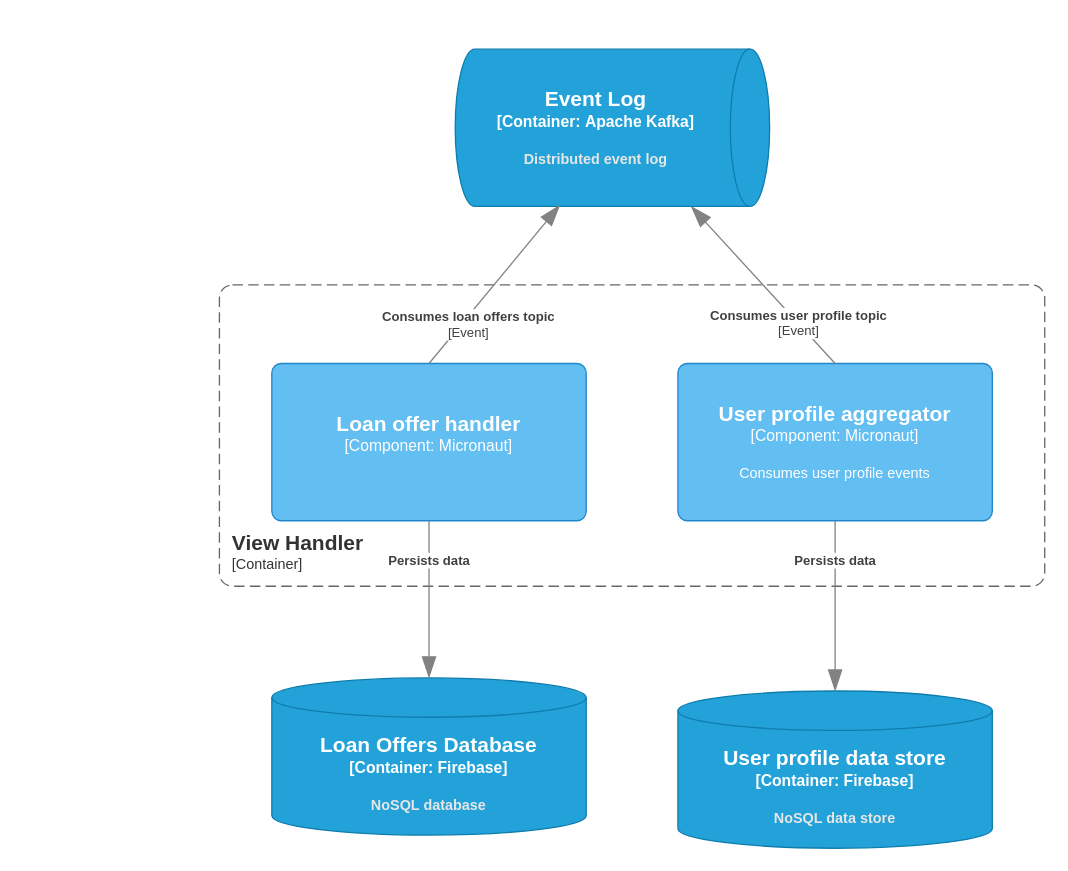
Above: page "View Handler" (5 of 7) of Bankuish C4.drawio in tomasmaroscikas/78ce3649b82c17ac6cf292412ebbdc11 (draw.io), before the change. Source tidied: cells renumbered, new cells numbered last; positions are measured from the earlier drawing's top-left corner, leaving out a move shared by most shapes. Both pictures are drawn from the tidied source at 131%, with x=0, y=0 at pixel (219, 48).
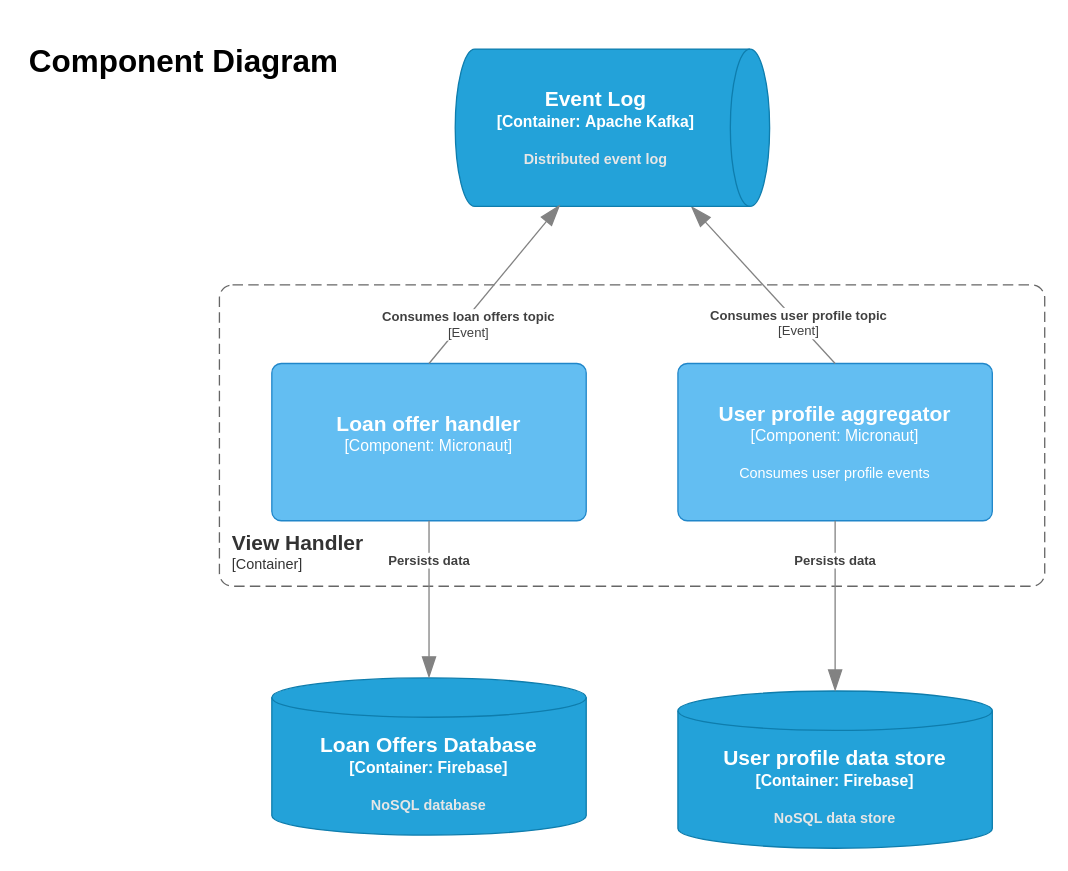
The same page after the edit.

Change to the diagram source:
```diff
@@
 <mxGraphModel>
   <root>
     <mxCell id="0" />
     <mxCell id="1" parent="0" />
     <object id="2" label="&lt;font style=&quot;font-size: 16px&quot;&gt;&lt;b&gt;&lt;div style=&quot;text-align: left&quot;&gt;%c4Name%&lt;/div&gt;&lt;/b&gt;&lt;/font&gt;&lt;div style=&quot;text-align: left&quot;&gt;[%c4Application%]&lt;/div&gt;" c4Application="Container" c4Name="View Handler" placeholders="1">
       <mxCell style="rounded=1;fontSize=11;whiteSpace=wrap;html=1;dashed=1;arcSize=20;fillColor=none;strokeColor=#666666;fontColor=#333333;labelBackgroundColor=none;align=left;verticalAlign=bottom;labelBorderColor=none;spacingTop=0;spacing=10;dashPattern=8 4;perimeter=rectanglePerimeter;noLabel=0;labelPadding=0;absoluteArcSize=1;" parent="1" vertex="1">
         <mxGeometry y="180" width="630" height="230" as="geometry" />
       </mxCell>
     </object>
     <object id="3" label="&lt;font style=&quot;font-size: 16px&quot;&gt;&lt;b&gt;%c4Name%&lt;/b&gt;&lt;/font&gt;&lt;div&gt;[%c4Type%: %c4Technology%]&lt;/div&gt;&lt;br&gt;&lt;div&gt;&lt;font style=&quot;font-size: 11px&quot;&gt;%c4Description%&lt;/font&gt;&lt;/div&gt;" c4Description="" c4Name="Loan offer handler" c4Technology="Micronaut" c4Type="Component" placeholders="1">
       <mxCell style="rounded=1;whiteSpace=wrap;html=1;labelBackgroundColor=none;fillColor=#63BEF2;fontColor=#ffffff;align=center;arcSize=6;strokeColor=#2086C9;points=[[0.25,0,0],[0.5,0,0],[0.75,0,0],[1,0.25,0],[1,0.5,0],[1,0.75,0],[0.75,1,0],[0.5,1,0],[0.25,1,0],[0,0.75,0],[0,0.5,0],[0,0.25,0]];" parent="1" vertex="1">
         <mxGeometry x="40" y="240" width="240" height="120" as="geometry" />
       </mxCell>
     </object>
     <object id="4" label="&lt;font style=&quot;font-size: 16px&quot;&gt;&lt;b&gt;%c4Name%&lt;/b&gt;&lt;/font&gt;&lt;div&gt;[%c4Type%: %c4Technology%]&lt;/div&gt;&lt;br&gt;&lt;div&gt;&lt;font style=&quot;font-size: 11px&quot;&gt;%c4Description%&lt;/font&gt;&lt;/div&gt;" c4Description="Consumes user profile events" c4Name="User profile aggregator" c4Technology="Micronaut" c4Type="Component" placeholders="1">
       <mxCell style="rounded=1;whiteSpace=wrap;html=1;labelBackgroundColor=none;fillColor=#63BEF2;fontColor=#ffffff;align=center;arcSize=6;strokeColor=#2086C9;points=[[0.25,0,0],[0.5,0,0],[0.75,0,0],[1,0.25,0],[1,0.5,0],[1,0.75,0],[0.75,1,0],[0.5,1,0],[0.25,1,0],[0,0.75,0],[0,0.5,0],[0,0.25,0]];" parent="1" vertex="1">
         <mxGeometry x="350" y="240" width="240" height="120" as="geometry" />
       </mxCell>
     </object>
     <object id="5" label="&lt;font style=&quot;font-size: 16px&quot;&gt;&lt;b&gt;%c4Type%&lt;/font&gt;&lt;div&gt;[%c4Container%:&amp;nbsp;%c4Technology%]&lt;/div&gt;&lt;br&gt;&lt;div&gt;&lt;font style=&quot;font-size: 11px&quot;&gt;&lt;font color=&quot;#E6E6E6&quot;&gt;%c4Description%&lt;/font&gt;&lt;/div&gt;" c4Container="Container" c4Description="NoSQL data store" c4Technology="Firebase" c4Type="User profile data store" placeholders="1">
       <mxCell style="shape=cylinder3;size=15;whiteSpace=wrap;html=1;boundedLbl=1;rounded=0;labelBackgroundColor=none;fillColor=#23A2D9;fontSize=12;fontColor=#ffffff;align=center;strokeColor=#0E7DAD;points=[[0.5,0,0],[1,0.25,0],[1,0.5,0],[1,0.75,0],[0.5,1,0],[0,0.75,0],[0,0.5,0],[0,0.25,0]];" parent="1" vertex="1">
         <mxGeometry x="350" y="490" width="240" height="120" as="geometry" />
       </mxCell>
     </object>
     <object id="6" label="&lt;font style=&quot;font-size: 16px&quot;&gt;&lt;b&gt;%c4Type%&lt;/font&gt;&lt;div&gt;[%c4Container%:&amp;nbsp;%c4Technology%]&lt;/div&gt;&lt;br&gt;&lt;div&gt;&lt;font style=&quot;font-size: 11px&quot;&gt;&lt;font color=&quot;#E6E6E6&quot;&gt;%c4Description%&lt;/font&gt;&lt;/div&gt;" c4Container="Container" c4Description="NoSQL database" c4Technology="Firebase" c4Type="Loan Offers Database" placeholders="1">
       <mxCell style="shape=cylinder3;size=15;whiteSpace=wrap;html=1;boundedLbl=1;rounded=0;labelBackgroundColor=none;fillColor=#23A2D9;fontSize=12;fontColor=#ffffff;align=center;strokeColor=#0E7DAD;points=[[0.5,0,0],[1,0.25,0],[1,0.5,0],[1,0.75,0],[0.5,1,0],[0,0.75,0],[0,0.5,0],[0,0.25,0]];" parent="1" vertex="1">
         <mxGeometry x="40" y="480" width="240" height="120" as="geometry" />
       </mxCell>
     </object>
     <object id="7" label="&lt;div style=&quot;text-align: left&quot;&gt;&lt;div style=&quot;text-align: center&quot;&gt;&lt;b&gt;%c4Description%&lt;/b&gt;&lt;/div&gt;&lt;div style=&quot;text-align: center&quot;&gt;[%c4Technology%]&lt;/div&gt;&lt;/div&gt;" c4Description="Consumes user profile topic" c4Technology="Event" placeholders="1">
       <mxCell style="endArrow=blockThin;html=1;fontSize=10;fontColor=#404040;strokeWidth=1;endFill=1;strokeColor=#828282;elbow=vertical;endSize=14;startSize=14;jumpStyle=arc;jumpSize=16;rounded=0;exitX=0.5;exitY=0;exitDx=0;exitDy=0;exitPerimeter=0;entryX=1;entryY=0.25;entryDx=0;entryDy=0;entryPerimeter=0;" parent="1" edge="1" source="4" target="8">
         <mxGeometry x="-0.49" relative="1" as="geometry" />
       </mxCell>
     </object>
     <object id="8" label="&lt;font style=&quot;font-size: 16px&quot;&gt;&lt;b&gt;%c4Type%&lt;/font&gt;&lt;div&gt;[%c4Container%:&amp;nbsp;%c4Technology%]&lt;/div&gt;&lt;br&gt;&lt;div&gt;&lt;font style=&quot;font-size: 11px&quot;&gt;&lt;font color=&quot;#E6E6E6&quot;&gt;%c4Description%&lt;/font&gt;&lt;/div&gt;" c4Container="Container" c4Description="Distributed event log" c4Technology="Apache Kafka" c4Type="Event Log" placeholders="1">
       <mxCell style="shape=cylinder3;size=15;direction=south;whiteSpace=wrap;html=1;boundedLbl=1;rounded=0;labelBackgroundColor=none;fillColor=#23A2D9;fontSize=12;fontColor=#ffffff;align=center;strokeColor=#0E7DAD;points=[[0.5,0,0],[1,0.25,0],[1,0.5,0],[1,0.75,0],[0.5,1,0],[0,0.75,0],[0,0.5,0],[0,0.25,0]];" parent="1" vertex="1">
         <mxGeometry x="180" width="240" height="120" as="geometry" />
       </mxCell>
     </object>
     <object id="9" label="&lt;div style=&quot;text-align: left&quot;&gt;&lt;div style=&quot;text-align: center&quot;&gt;&lt;b&gt;%c4Description%&lt;/b&gt;&lt;/div&gt;" c4Description="Persists data" placeholders="1">
       <mxCell style="endArrow=blockThin;html=1;fontSize=10;fontColor=#404040;strokeWidth=1;endFill=1;strokeColor=#828282;elbow=vertical;endSize=14;startSize=14;jumpStyle=arc;jumpSize=16;rounded=0;entryX=0.5;entryY=0;entryDx=0;entryDy=0;entryPerimeter=0;exitX=0.5;exitY=1;exitDx=0;exitDy=0;exitPerimeter=0;" parent="1" edge="1" source="4" target="5">
         <mxGeometry x="-0.54" relative="1" as="geometry" />
       </mxCell>
     </object>
     <object id="10" label="&lt;div style=&quot;text-align: left&quot;&gt;&lt;div style=&quot;text-align: center&quot;&gt;&lt;b&gt;%c4Description%&lt;/b&gt;&lt;/div&gt;" c4Description="Persists data" placeholders="1">
       <mxCell style="endArrow=blockThin;html=1;fontSize=10;fontColor=#404040;strokeWidth=1;endFill=1;strokeColor=#828282;elbow=vertical;endSize=14;startSize=14;jumpStyle=arc;jumpSize=16;rounded=0;edgeStyle=orthogonalEdgeStyle;exitX=0.5;exitY=1;exitDx=0;exitDy=0;exitPerimeter=0;entryX=0.5;entryY=0;entryDx=0;entryDy=0;entryPerimeter=0;" parent="1" edge="1" source="3" target="6">
         <mxGeometry x="-0.5" relative="1" as="geometry" />
       </mxCell>
     </object>
     <object id="11" label="&lt;div style=&quot;text-align: left&quot;&gt;&lt;div style=&quot;text-align: center&quot;&gt;&lt;b&gt;%c4Description%&lt;/b&gt;&lt;/div&gt;&lt;div style=&quot;text-align: center&quot;&gt;[%c4Technology%]&lt;/div&gt;&lt;/div&gt;" c4Description="Consumes loan offers topic" c4Technology="Event" placeholders="1">
       <mxCell style="endArrow=blockThin;html=1;fontSize=10;fontColor=#404040;strokeWidth=1;endFill=1;strokeColor=#828282;elbow=vertical;endSize=14;startSize=14;jumpStyle=arc;jumpSize=16;rounded=0;exitX=0.5;exitY=0;exitDx=0;exitDy=0;exitPerimeter=0;entryX=0.992;entryY=0.667;entryDx=0;entryDy=0;entryPerimeter=0;" parent="1" edge="1" source="3" target="8">
         <mxGeometry x="-0.46" y="-4" relative="1" as="geometry" />
       </mxCell>
     </object>
+    <mxCell id="12" value="&lt;h1&gt;Component Diagram&lt;br&gt;&lt;/h1&gt;" style="text;html=1;strokeColor=none;fillColor=none;spacing=5;spacingTop=-20;whiteSpace=wrap;overflow=hidden;rounded=0;" parent="1" vertex="1">
+      <mxGeometry x="-150" y="-10" width="260" height="50" as="geometry" />
+    </mxCell>
   </root>
 </mxGraphModel>
```
